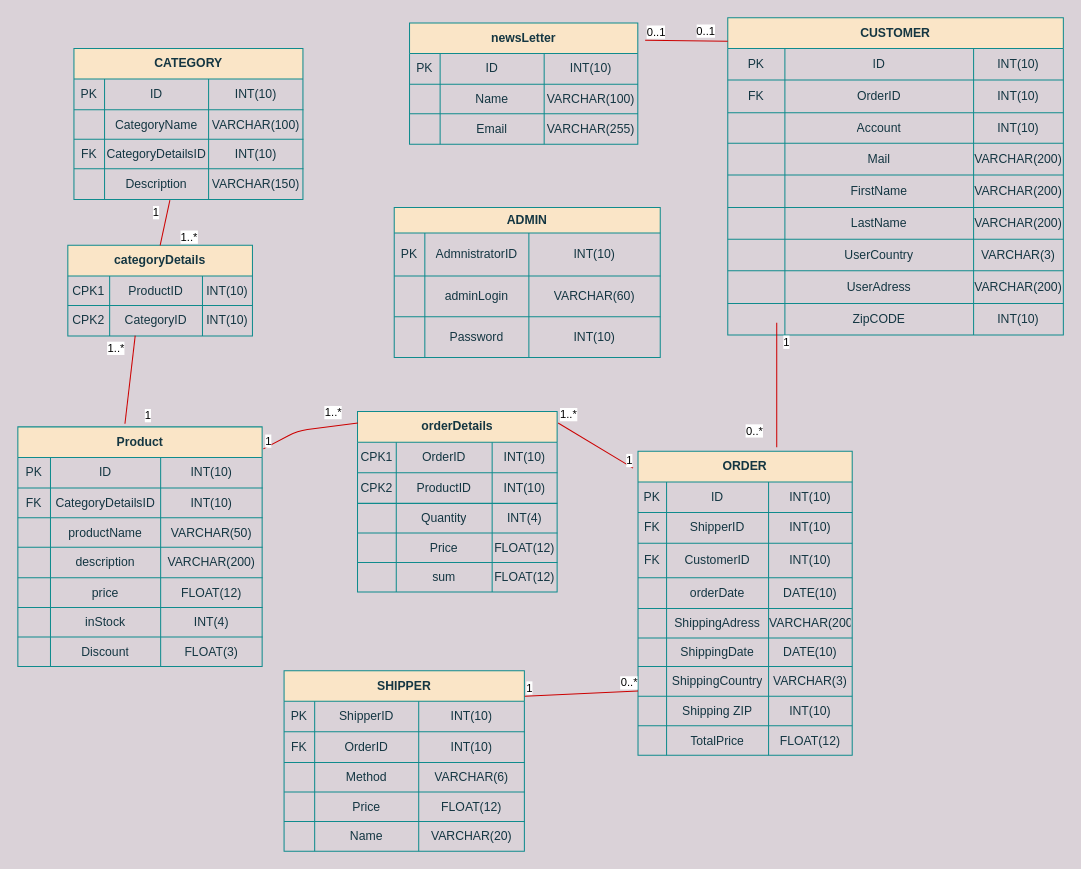
Before: fysisktDiagram.drawio in TechWithRyan/Webbshop, a draw.io diagram. Source tidied: cells renumbered, new cells numbered last; positions are measured from the earlier drawing's top-left corner, leaving out a move shared by most shapes. Both pictures are drawn from the tidied source at 102%, with x=0, y=0 at pixel (17, 17).
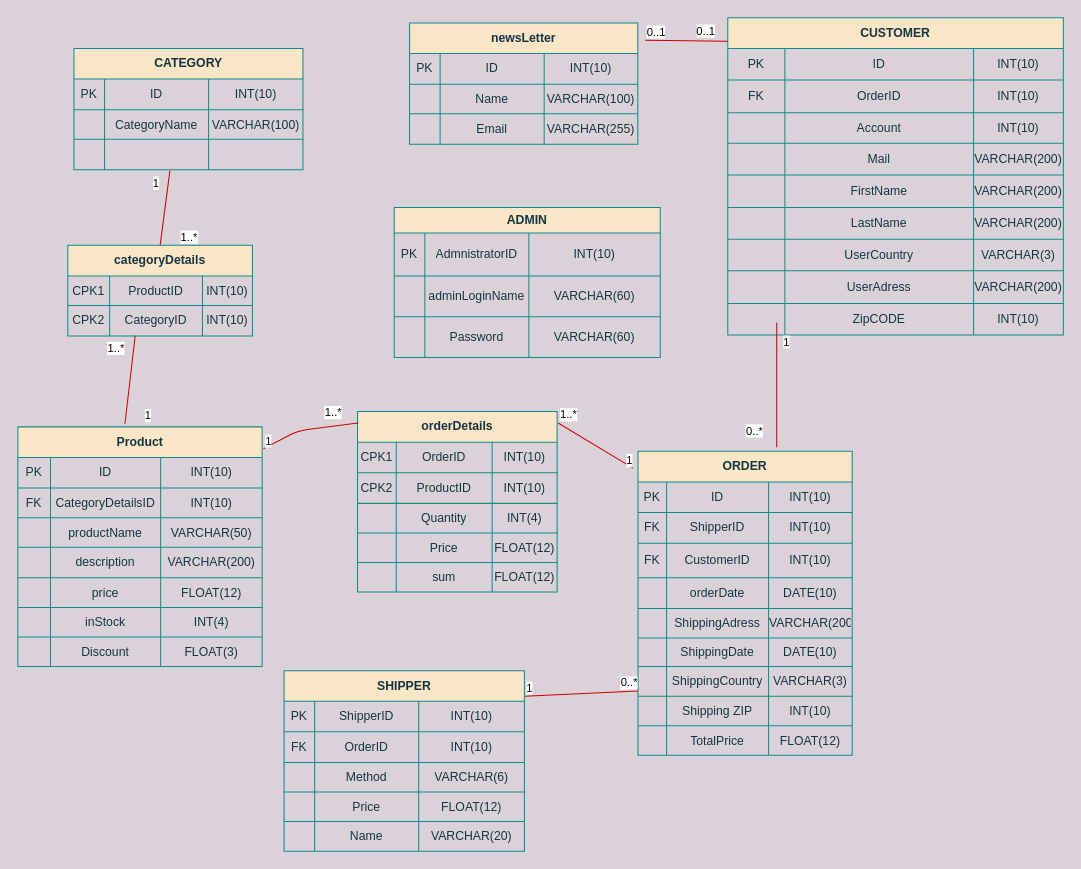
The same page after the edit.

Unchanged cells that the change refers to:
```xml
<mxCell id="36" style="shape=partialRectangle;html=1;whiteSpace=wrap;fillColor=none;top=0;left=0;bottom=0;right=0;strokeColor=#0F8B8D;fontColor=#143642;" parent="31" vertex="1">
  <mxGeometry y="67" width="260.8" height="40" as="geometry" />
</mxCell>
<mxCell id="40" style="shape=partialRectangle;html=1;whiteSpace=wrap;fillColor=none;top=0;left=0;bottom=0;right=0;strokeColor=#0F8B8D;fontColor=#143642;" parent="31" vertex="1">
  <mxGeometry y="107" width="260.8" height="40" as="geometry" />
</mxCell>
```

Change to the diagram source:
```diff
@@
-    <mxCell id="38" value="adminLogin" style="shape=partialRectangle;html=1;whiteSpace=wrap;fillColor=none;top=0;left=0;bottom=0;right=0;overflow=hidden;strokeColor=#0F8B8D;fontColor=#143642;" parent="36" vertex="1">
+    <mxCell id="38" value="adminLoginName" style="shape=partialRectangle;html=1;whiteSpace=wrap;fillColor=none;top=0;left=0;bottom=0;right=0;overflow=hidden;strokeColor=#0F8B8D;fontColor=#143642;" parent="36" vertex="1">
       <mxGeometry x="30" width="102" height="40" as="geometry" />
     </mxCell>
@@
-    <mxCell id="43" value="&lt;span&gt;INT(10)&lt;/span&gt;" style="shape=partialRectangle;html=1;whiteSpace=wrap;fillColor=none;top=0;left=0;bottom=0;right=0;overflow=hidden;strokeColor=#0F8B8D;fontColor=#143642;" parent="40" vertex="1">
+    <mxCell id="43" value="VARCHAR(60)" style="shape=partialRectangle;html=1;whiteSpace=wrap;fillColor=none;top=0;left=0;bottom=0;right=0;overflow=hidden;strokeColor=#0F8B8D;fontColor=#143642;" parent="40" vertex="1">
       <mxGeometry x="132" width="129" height="40" as="geometry" />
     </mxCell>
@@
     <mxCell id="139" value="CATEGORY" style="shape=table;html=1;whiteSpace=wrap;startSize=30;childLayout=tableLayout;fontStyle=1;align=center;fillColor=#FAE5C7;strokeColor=#0F8B8D;fontColor=#143642;" parent="1" vertex="1">
-      <mxGeometry x="55" y="30" width="224.5" height="148" as="geometry" />
+      <mxGeometry x="55" y="30" width="224.5" height="119" as="geometry" />
     </mxCell>
@@
-    <mxCell id="148" style="shape=partialRectangle;html=1;whiteSpace=wrap;fillColor=none;top=0;left=0;bottom=0;right=0;strokeColor=#0F8B8D;fontColor=#143642;" parent="139" vertex="1">
-      <mxGeometry y="89" width="224.5" height="29" as="geometry" />
-    </mxCell>
-    <mxCell id="149" value="FK" style="shape=partialRectangle;html=1;whiteSpace=wrap;fillColor=none;top=0;left=0;bottom=0;right=0;overflow=hidden;strokeColor=#0F8B8D;fontColor=#143642;" parent="148" vertex="1">
-      <mxGeometry width="30" height="29" as="geometry" />
-    </mxCell>
-    <mxCell id="150" value="&lt;span&gt;CategoryDetailsID&lt;/span&gt;" style="shape=partialRectangle;html=1;whiteSpace=wrap;fillColor=none;top=0;left=0;bottom=0;right=0;overflow=hidden;strokeColor=#0F8B8D;fontColor=#143642;" parent="148" vertex="1">
-      <mxGeometry x="30" width="102" height="29" as="geometry" />
-    </mxCell>
-    <mxCell id="151" value="&lt;span&gt;INT(10)&lt;/span&gt;" style="shape=partialRectangle;html=1;whiteSpace=wrap;fillColor=none;top=0;left=0;bottom=0;right=0;overflow=hidden;strokeColor=#0F8B8D;fontColor=#143642;" parent="148" vertex="1">
-      <mxGeometry x="132" width="93" height="29" as="geometry" />
-    </mxCell>
     <mxCell id="152" style="shape=partialRectangle;html=1;whiteSpace=wrap;fillColor=none;top=0;left=0;bottom=0;right=0;points=[[0,0.5],[1,0.5]];portConstraint=eastwest;strokeColor=#0F8B8D;fontColor=#143642;" parent="139" vertex="1">
-      <mxGeometry y="118" width="224.5" height="30" as="geometry" />
+      <mxGeometry y="89" width="224.5" height="30" as="geometry" />
     </mxCell>
@@
-    <mxCell id="154" value="&lt;span style=&quot;text-align: left&quot;&gt;Description&lt;/span&gt;" style="shape=partialRectangle;html=1;whiteSpace=wrap;fillColor=none;top=0;left=0;bottom=0;right=0;overflow=hidden;strokeColor=#0F8B8D;fontColor=#143642;" parent="152" vertex="1">
+    <mxCell id="154" style="shape=partialRectangle;html=1;whiteSpace=wrap;fillColor=none;top=0;left=0;bottom=0;right=0;overflow=hidden;strokeColor=#0F8B8D;fontColor=#143642;" parent="152" vertex="1">
       <mxGeometry x="30" width="102" height="30" as="geometry" />
     </mxCell>
-    <mxCell id="155" value="VARCHAR(150)" style="shape=partialRectangle;html=1;whiteSpace=wrap;fillColor=none;top=0;left=0;bottom=0;right=0;overflow=hidden;strokeColor=#0F8B8D;fontColor=#143642;" parent="152" vertex="1">
+    <mxCell id="155" style="shape=partialRectangle;html=1;whiteSpace=wrap;fillColor=none;top=0;left=0;bottom=0;right=0;overflow=hidden;strokeColor=#0F8B8D;fontColor=#143642;" parent="152" vertex="1">
       <mxGeometry x="132" width="93" height="30" as="geometry" />
     </mxCell>
```
